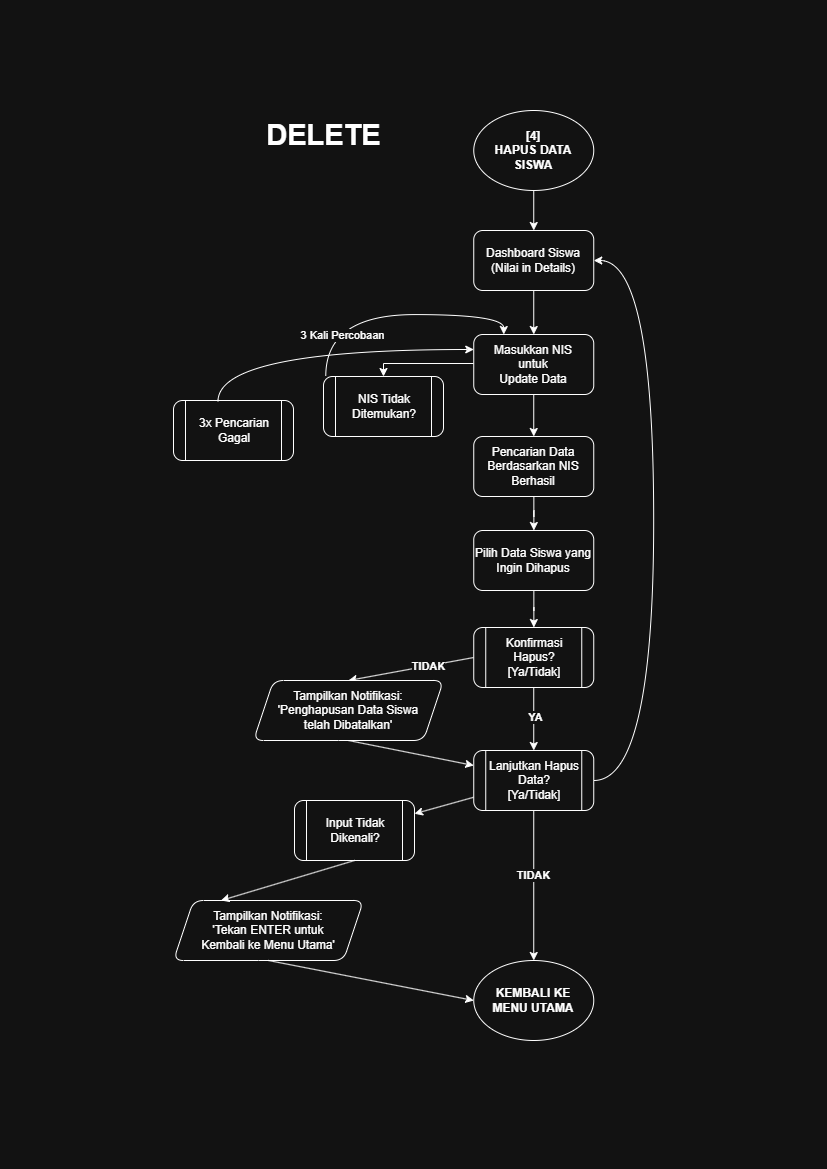
The draw.io diagram flowcharts/DELETE_flowchart.png in bonifasiusx/capstone-python-crud, before a commit. Source tidied: cells renumbered, new cells last; positions are measured from the earlier drawing's top-left corner, leaving out a move shared by most shapes.
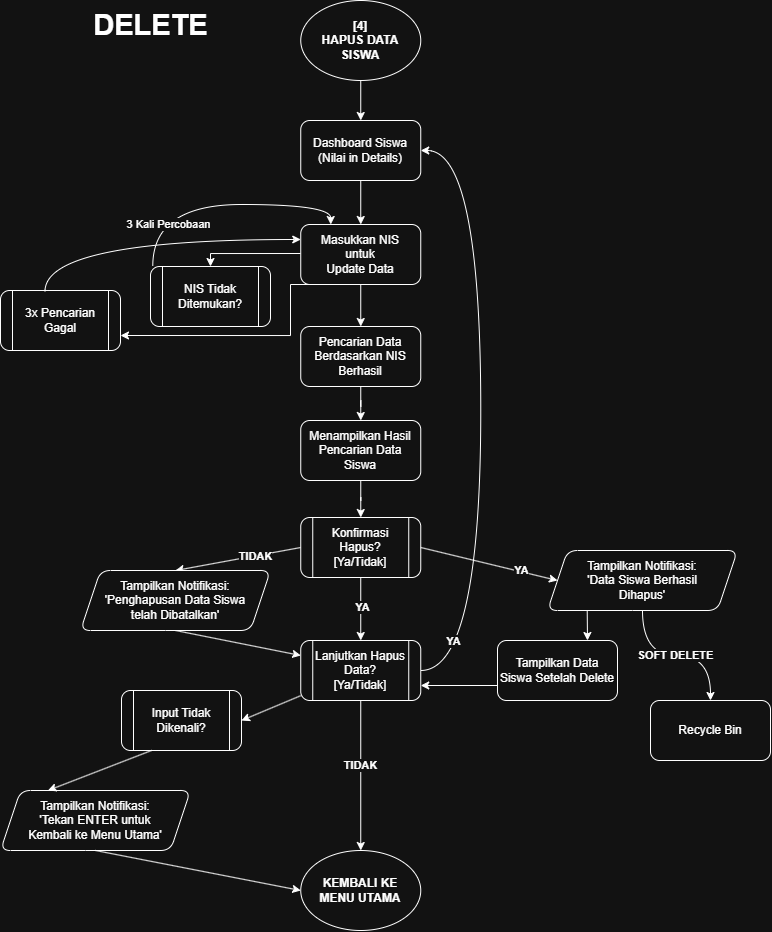
The same file after the commit.

The edit, as a diff of the source:
```diff
@@ -11,20 +11,6 @@
     <mxCell id="4" value="&lt;b&gt;DELETE&lt;/b&gt;" style="text;html=1;align=center;verticalAlign=middle;strokeColor=none;fillColor=none;rounded=1;fontSize=29;" parent="1" vertex="1">
       <mxGeometry x="80.2" width="140" height="50" as="geometry" />
     </mxCell>
-    <mxCell id="5" style="edgeStyle=orthogonalEdgeStyle;rounded=1;jettySize=auto;html=1;fontFamily=Helvetica;fontSize=11;fontColor=default;labelBorderColor=default;labelBackgroundColor=default;entryX=1;entryY=0.75;entryDx=0;entryDy=0;" parent="1" edge="1" target="x">
-      <mxGeometry relative="1" as="geometry">
-        <mxPoint x="917" y="612" as="sourcePoint" />
-        <Array as="points">
-          <mxPoint x="1007" y="612" />
-          <mxPoint x="1007" y="1067" />
-        </Array>
-      </mxGeometry>
-    </mxCell>
-    <mxCell id="6" value="&lt;b&gt;TIDAK&lt;/b&gt;" style="edgeLabel;html=1;align=center;verticalAlign=middle;fontFamily=Helvetica;fontSize=11;fontColor=default;labelBorderColor=default;labelBackgroundColor=default;fillColor=none;gradientColor=none;rounded=1;whiteSpace=wrap;" parent="5" vertex="1">
-      <mxGeometry x="-0.7" y="2" relative="1" as="geometry">
-        <mxPoint x="-2" y="-3" as="offset" />
-      </mxGeometry>
-    </mxCell>
     <mxCell id="7" style="edgeStyle=orthogonalEdgeStyle;rounded=0;jettySize=auto;html=1;" parent="1" edge="1" source="8" target="10">
       <mxGeometry relative="1" as="geometry" />
     </mxCell>
@@ -71,7 +57,7 @@
     <mxCell id="19" style="edgeStyle=orthogonalEdgeStyle;rounded=0;jettySize=auto;html=1;" parent="1" edge="1" source="20" target="25">
       <mxGeometry relative="1" as="geometry" />
     </mxCell>
-    <mxCell id="20" value="Pilih Data Siswa yang Ingin Dihapus" style="rounded=1;html=1;whiteSpace=wrap;" parent="1" vertex="1">
+    <mxCell id="20" value="Menampilkan Hasil Pencarian Data Siswa" style="rounded=1;html=1;whiteSpace=wrap;" parent="1" vertex="1">
       <mxGeometry x="300.2" y="420" width="120" height="60" as="geometry" />
     </mxCell>
     <mxCell id="21" style="rounded=0;jettySize=auto;html=1;exitX=0;exitY=0.5;exitDx=0;exitDy=0;entryX=0.5;entryY=0;entryDx=0;entryDy=0;" parent="1" edge="1" source="25" target="27">
@@ -101,7 +87,7 @@
     <mxCell id="29" value="&lt;b&gt;TIDAK&lt;/b&gt;" style="edgeLabel;html=1;align=center;verticalAlign=middle;" parent="28" vertex="1">
       <mxGeometry x="-0.14" y="-1" relative="1" as="geometry" />
     </mxCell>
-    <mxCell id="30" style="rounded=0;jettySize=auto;html=1;" parent="1" edge="1" source="31" target="34">
+    <mxCell id="30" style="rounded=0;jettySize=auto;html=1;entryX=1;entryY=0.5;entryDx=0;entryDy=0;" parent="1" edge="1" source="31" target="34">
       <mxGeometry relative="1" as="geometry" />
     </mxCell>
     <mxCell id="31" value="Lanjutkan Hapus Data?&lt;div&gt;[Ya/Tidak]&lt;/div&gt;" style="shape=process;html=1;backgroundOutline=1;rounded=1;whiteSpace=wrap;" parent="1" vertex="1">
@@ -118,17 +104,61 @@
         </Array>
       </mxGeometry>
     </mxCell>
+    <mxCell id="38" value="&lt;b&gt;YA&lt;/b&gt;" style="edgeLabel;html=1;align=center;verticalAlign=middle;" parent="33" vertex="1">
+      <mxGeometry x="-0.68" y="18" relative="1" as="geometry">
+        <mxPoint x="-10" y="12" as="offset" />
+      </mxGeometry>
+    </mxCell>
     <mxCell id="34" value="Input Tidak Dikenali?" style="shape=process;html=1;backgroundOutline=1;rounded=1;whiteSpace=wrap;" parent="1" vertex="1">
       <mxGeometry x="121" y="690" width="120" height="60" as="geometry" />
     </mxCell>
     <mxCell id="35" value="Tampilkan Notifikasi:&lt;div&gt;&lt;span style=&quot;background-color: transparent; color: light-dark(rgb(0, 0, 0), rgb(255, 255, 255));&quot;&gt;'Tekan ENTER untuk&lt;/span&gt;&lt;/div&gt;&lt;div&gt;&lt;span style=&quot;background-color: transparent; color: light-dark(rgb(0, 0, 0), rgb(255, 255, 255));&quot;&gt;Kembali ke Menu Utama'&lt;/span&gt;&lt;/div&gt;" style="shape=parallelogram;perimeter=parallelogramPerimeter;html=1;fixedSize=1;rounded=1;whiteSpace=wrap;" parent="1" vertex="1">
       <mxGeometry y="790" width="190" height="60" as="geometry" />
     </mxCell>
-    <mxCell id="36" style="rounded=0;jettySize=auto;html=1;entryX=0.25;entryY=0;entryDx=0;entryDy=0;exitX=0.5;exitY=1;exitDx=0;exitDy=0;" parent="1" edge="1" source="34" target="35">
+    <mxCell id="36" style="rounded=0;jettySize=auto;html=1;entryX=0.25;entryY=0;entryDx=0;entryDy=0;exitX=0.25;exitY=1;exitDx=0;exitDy=0;" parent="1" edge="1" source="34" target="35">
       <mxGeometry relative="1" as="geometry" />
     </mxCell>
     <mxCell id="37" style="rounded=0;jettySize=auto;html=1;entryX=0;entryY=0.5;entryDx=0;entryDy=0;exitX=0.5;exitY=1;exitDx=0;exitDy=0;" parent="1" edge="1" source="35" target="32">
       <mxGeometry relative="1" as="geometry" />
     </mxCell>
+    <mxCell id="39" value="Recycle Bin" style="rounded=1;html=1;whiteSpace=wrap;" parent="1" vertex="1">
+      <mxGeometry x="650" y="700" width="120" height="60" as="geometry" />
+    </mxCell>
+    <mxCell id="40" style="edgeStyle=orthogonalEdgeStyle;rounded=0;jettySize=auto;html=1;curved=1;" parent="1" edge="1" source="42" target="39">
+      <mxGeometry relative="1" as="geometry" />
+    </mxCell>
+    <mxCell id="41" value="&lt;b&gt;SOFT DELETE&lt;/b&gt;" style="edgeLabel;html=1;align=center;verticalAlign=middle;" parent="40" vertex="1">
+      <mxGeometry x="-0.21" y="-1" relative="1" as="geometry">
+        <mxPoint x="16" y="-1" as="offset" />
+      </mxGeometry>
+    </mxCell>
+    <mxCell id="42" value="Tampilkan Notifikasi:&lt;div&gt;'Data Siswa Berhasil&lt;/div&gt;&lt;div&gt;&lt;span style=&quot;background-color: transparent; color: light-dark(rgb(0, 0, 0), rgb(255, 255, 255));&quot;&gt;Dihapus'&lt;/span&gt;&lt;/div&gt;" style="shape=parallelogram;perimeter=parallelogramPerimeter;html=1;fixedSize=1;rounded=1;whiteSpace=wrap;" parent="1" vertex="1">
+      <mxGeometry x="547" y="550" width="190" height="60" as="geometry" />
+    </mxCell>
+    <mxCell id="43" style="rounded=0;jettySize=auto;html=1;exitX=1;exitY=0.5;exitDx=0;exitDy=0;entryX=0;entryY=0.5;entryDx=0;entryDy=0;" parent="1" edge="1" source="25" target="42">
+      <mxGeometry relative="1" as="geometry" />
+    </mxCell>
+    <mxCell id="44" value="&lt;b&gt;YA&lt;/b&gt;" style="edgeLabel;html=1;align=center;verticalAlign=middle;" parent="43" vertex="1">
+      <mxGeometry x="-0.27" relative="1" as="geometry">
+        <mxPoint x="50" y="11" as="offset" />
+      </mxGeometry>
+    </mxCell>
+    <mxCell id="45" style="rounded=0;jettySize=auto;html=1;entryX=0.75;entryY=0;entryDx=0;entryDy=0;exitX=0.209;exitY=0.993;exitDx=0;exitDy=0;exitPerimeter=0;" parent="1" edge="1" source="42" target="46">
+      <mxGeometry relative="1" as="geometry" />
+    </mxCell>
+    <mxCell id="46" value="Tampilkan Data&lt;div&gt;Siswa Setelah Delete&lt;/div&gt;" style="rounded=1;html=1;whiteSpace=wrap;" parent="1" vertex="1">
+      <mxGeometry x="497" y="640" width="120" height="60" as="geometry" />
+    </mxCell>
+    <mxCell id="47" style="rounded=0;jettySize=auto;html=1;entryX=1;entryY=0.75;entryDx=0;entryDy=0;exitX=0;exitY=0.75;exitDx=0;exitDy=0;" parent="1" edge="1" source="46" target="31">
+      <mxGeometry relative="1" as="geometry" />
+    </mxCell>
+    <mxCell id="48" style="rounded=0;jettySize=auto;html=1;exitX=0.25;exitY=1;exitDx=0;exitDy=0;entryX=1;entryY=0.75;entryDx=0;entryDy=0;edgeStyle=orthogonalEdgeStyle;" parent="1" edge="1" source="10" target="13">
+      <mxGeometry relative="1" as="geometry">
+        <Array as="points">
+          <mxPoint x="290" y="284" />
+          <mxPoint x="290" y="335" />
+        </Array>
+      </mxGeometry>
+    </mxCell>
   </root>
 </mxGraphModel>
```
